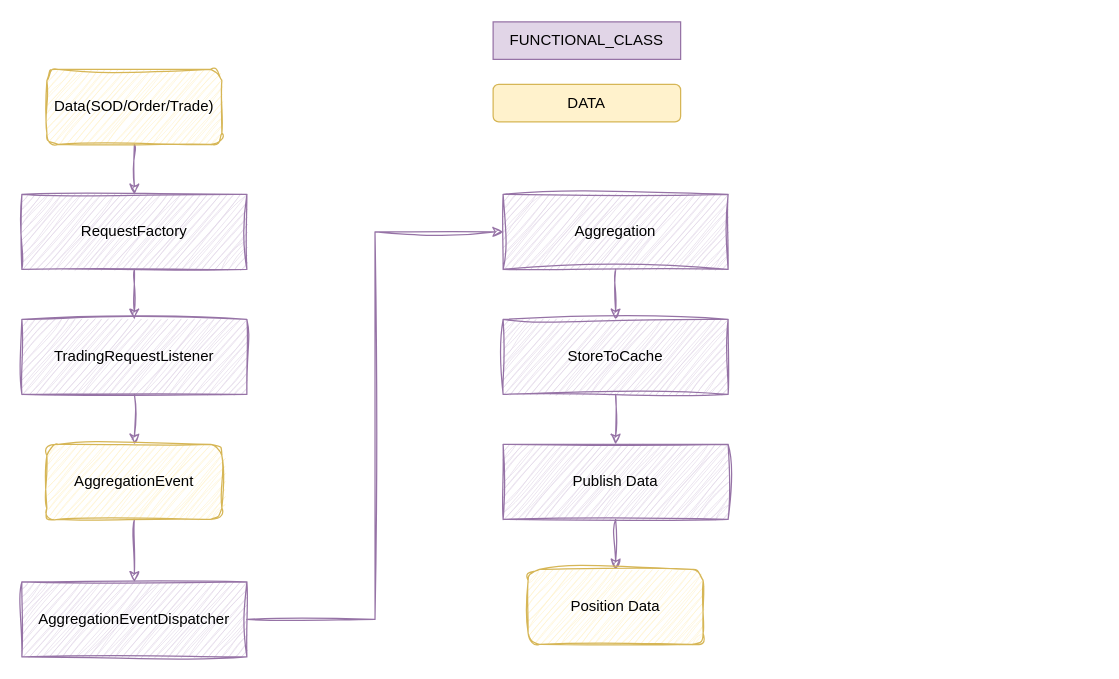
Before: drawio/聚合框架.drawio in lee723/pic, a draw.io diagram. Source tidied: cells renumbered, new cells numbered last; positions are measured from the earlier drawing's top-left corner, leaving out a move shared by most shapes. Both pictures are drawn from the tidied source at 125%, with x=0, y=0 at pixel (21, 21).
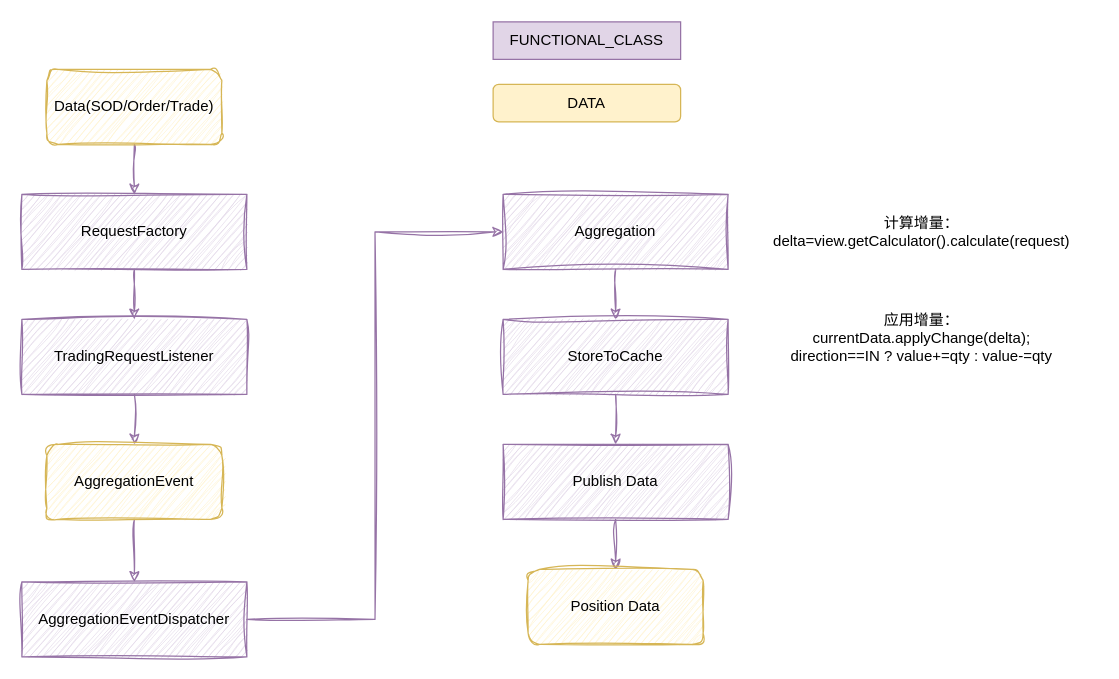
The same diagram, later.

Commit message:
更新聚合框架.drawio

Change to the diagram source:
```diff
@@
+    <mxCell id="21" value="计算增量：delta=view.getCalculator().calculate(request)" style="text;html=1;whiteSpace=wrap;strokeColor=none;fillColor=none;align=center;verticalAlign=middle;rounded=0;" parent="1" vertex="1">
+      <mxGeometry x="580" y="153" width="280" height="30" as="geometry" />
+    </mxCell>
+    <mxCell id="22" value="应用增量：&lt;div&gt;currentData.applyChange(delta);&lt;/div&gt;&lt;div&gt;direction==IN ? value+=qty : value-=qty&lt;/div&gt;" style="text;html=1;whiteSpace=wrap;strokeColor=none;fillColor=none;align=center;verticalAlign=middle;rounded=0;" parent="1" vertex="1">
+      <mxGeometry x="595" y="238" width="250" height="30" as="geometry" />
+    </mxCell>
```
